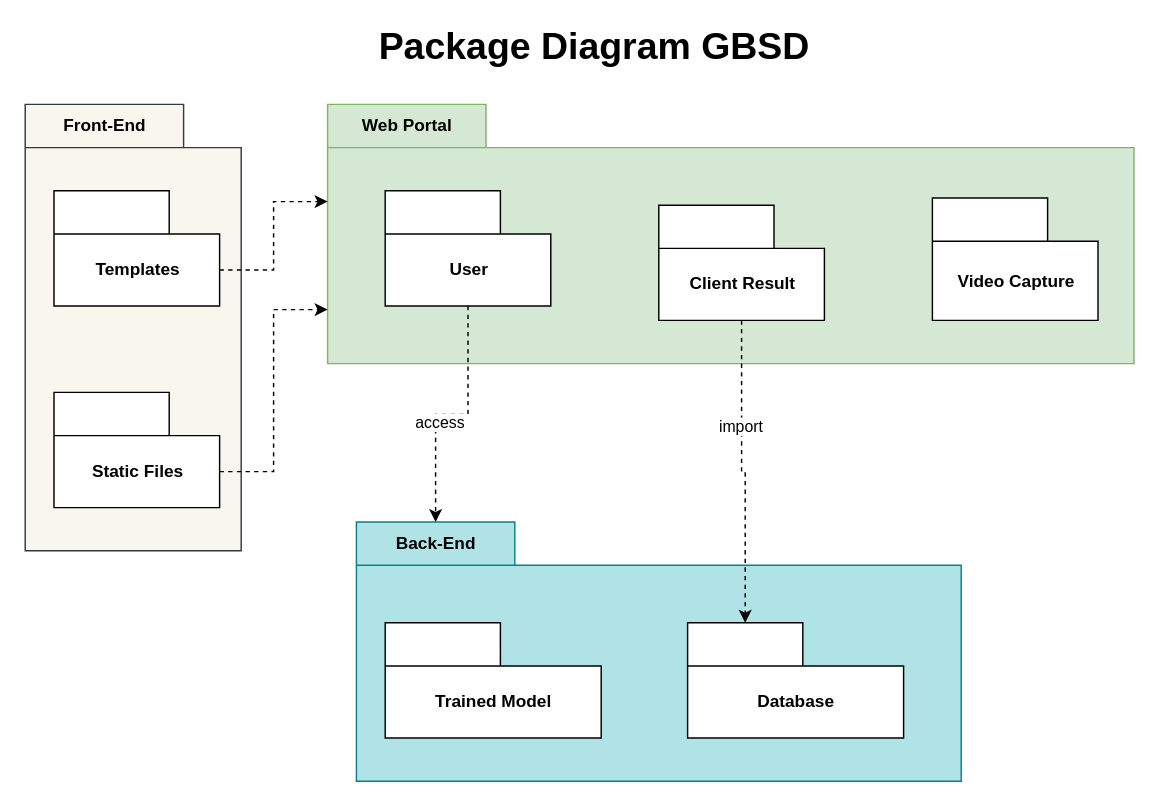
mabdulrafea101/sohaib_fyp_docs keeps this draw.io diagram as package_web_GBSD.drawio. Above is the earlier version. Source tidied: cells renumbered, new cells numbered last; positions are measured from the earlier drawing's top-left corner, leaving out a move shared by most shapes. Both pictures are drawn from the tidied source at 144%, with x=0, y=0 at pixel (24, 32).
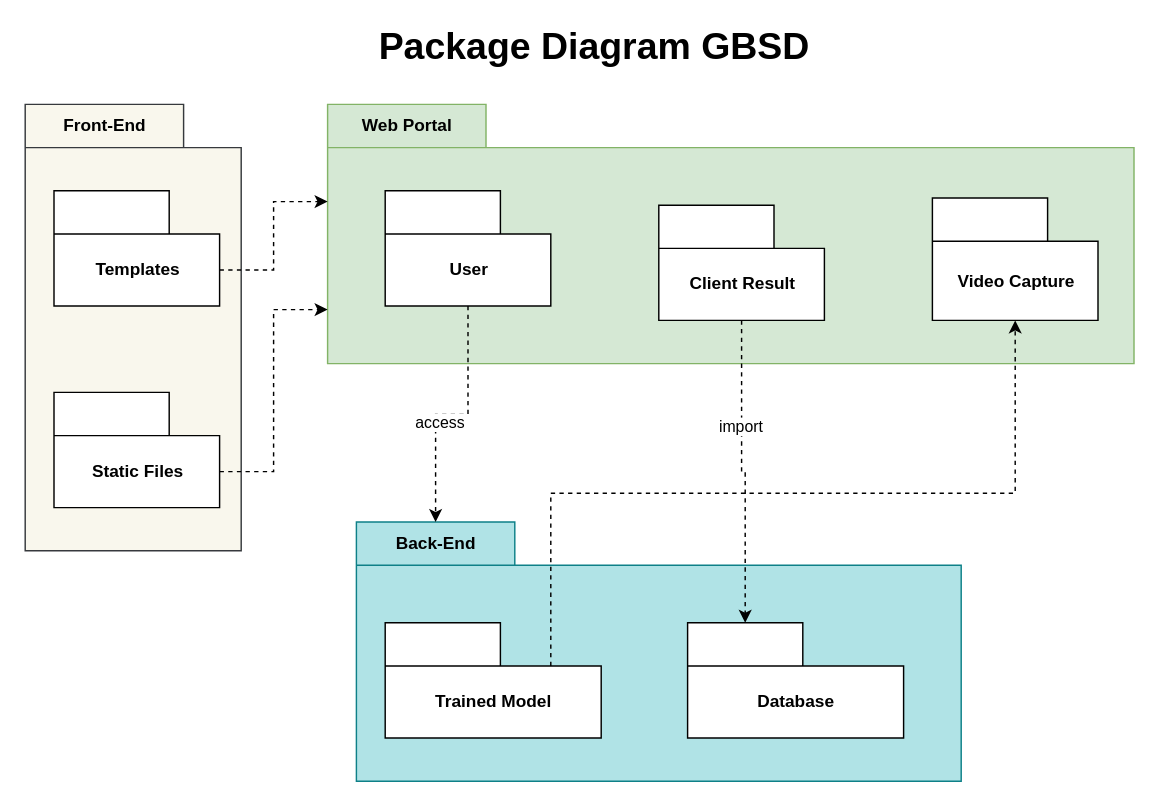
The same diagram, later.

The edit, as a diff of the source:
```diff
@@
 <mxGraphModel>
   <root>
     <mxCell id="0" />
     <mxCell id="1" parent="0" />
     <mxCell id="2" value="Front-End" style="shape=folder;fontStyle=1;tabWidth=110;tabHeight=30;tabPosition=left;html=1;boundedLbl=1;labelInHeader=1;fillColor=#f9f7ed;strokeColor=#36393d;" parent="1" vertex="1">
       <mxGeometry y="50" width="150" height="310" as="geometry" />
     </mxCell>
     <mxCell id="3" value="Web Portal" style="shape=folder;fontStyle=1;tabWidth=110;tabHeight=30;tabPosition=left;html=1;boundedLbl=1;labelInHeader=1;fillColor=#d5e8d4;strokeColor=#82b366;" parent="1" vertex="1">
       <mxGeometry x="210" y="50" width="560" height="180" as="geometry" />
     </mxCell>
     <mxCell id="4" value="User" style="shape=folder;fontStyle=1;tabWidth=80;tabHeight=30;tabPosition=left;html=1;boundedLbl=1;" parent="3" vertex="1">
       <mxGeometry x="40" y="60" width="115" height="80" as="geometry" />
     </mxCell>
     <mxCell id="5" value="Video Capture" style="shape=folder;fontStyle=1;tabWidth=80;tabHeight=30;tabPosition=left;html=1;boundedLbl=1;" parent="3" vertex="1">
       <mxGeometry x="420" y="65" width="115" height="85" as="geometry" />
     </mxCell>
     <mxCell id="6" value="Client Result" style="shape=folder;fontStyle=1;tabWidth=80;tabHeight=30;tabPosition=left;html=1;boundedLbl=1;" parent="3" vertex="1">
       <mxGeometry x="230" y="70" width="115" height="80" as="geometry" />
     </mxCell>
     <mxCell id="7" value="Back-End" style="shape=folder;fontStyle=1;tabWidth=110;tabHeight=30;tabPosition=left;html=1;boundedLbl=1;labelInHeader=1;fillColor=#b0e3e6;strokeColor=#0e8088;" parent="1" vertex="1">
       <mxGeometry x="230" y="340" width="420" height="180" as="geometry" />
     </mxCell>
     <mxCell id="8" value="Trained Model" style="shape=folder;fontStyle=1;tabWidth=80;tabHeight=30;tabPosition=left;html=1;boundedLbl=1;" parent="7" vertex="1">
       <mxGeometry x="20" y="70" width="150" height="80" as="geometry" />
     </mxCell>
     <mxCell id="9" value="Database" style="shape=folder;fontStyle=1;tabWidth=80;tabHeight=30;tabPosition=left;html=1;boundedLbl=1;" parent="7" vertex="1">
       <mxGeometry x="230" y="70" width="150" height="80" as="geometry" />
     </mxCell>
     <mxCell id="10" style="edgeStyle=orthogonalEdgeStyle;rounded=0;jettySize=auto;html=1;exitX=0;exitY=0;exitDx=115;exitDy=55;exitPerimeter=0;entryX=0;entryY=0;entryDx=0;entryDy=67.5;entryPerimeter=0;dashed=1;" parent="1" edge="1" source="11" target="3">
       <mxGeometry relative="1" as="geometry" />
     </mxCell>
     <mxCell id="11" value="Templates" style="shape=folder;fontStyle=1;tabWidth=80;tabHeight=30;tabPosition=left;html=1;boundedLbl=1;" parent="1" vertex="1">
       <mxGeometry x="20" y="110" width="115" height="80" as="geometry" />
     </mxCell>
     <mxCell id="12" style="edgeStyle=orthogonalEdgeStyle;rounded=0;jettySize=auto;html=1;exitX=0;exitY=0;exitDx=115;exitDy=55;exitPerimeter=0;entryX=0;entryY=0;entryDx=0;entryDy=142.5;entryPerimeter=0;dashed=1;" parent="1" edge="1" source="13" target="3">
       <mxGeometry relative="1" as="geometry" />
     </mxCell>
     <mxCell id="13" value="Static Files" style="shape=folder;fontStyle=1;tabWidth=80;tabHeight=30;tabPosition=left;html=1;boundedLbl=1;" parent="1" vertex="1">
       <mxGeometry x="20" y="250" width="115" height="80" as="geometry" />
     </mxCell>
     <mxCell id="14" style="edgeStyle=orthogonalEdgeStyle;rounded=0;jettySize=auto;html=1;exitX=0.5;exitY=1;exitDx=0;exitDy=0;exitPerimeter=0;entryX=0;entryY=0;entryDx=55;entryDy=0;entryPerimeter=0;dashed=1;" parent="1" edge="1" source="4" target="7">
       <mxGeometry relative="1" as="geometry" />
     </mxCell>
     <mxCell id="15" value="access" style="edgeLabel;html=1;align=center;verticalAlign=middle;" parent="14" vertex="1">
       <mxGeometry x="0.19" y="2" relative="1" as="geometry" />
     </mxCell>
     <mxCell id="16" style="edgeStyle=orthogonalEdgeStyle;rounded=0;jettySize=auto;html=1;exitX=0.5;exitY=1;exitDx=0;exitDy=0;exitPerimeter=0;entryX=0;entryY=0;entryDx=40;entryDy=0;entryPerimeter=0;dashed=1;" parent="1" edge="1" source="6" target="9">
       <mxGeometry relative="1" as="geometry" />
     </mxCell>
     <mxCell id="17" value="import" style="edgeLabel;html=1;align=center;verticalAlign=middle;" parent="16" vertex="1">
       <mxGeometry x="-0.31" y="-1" relative="1" as="geometry" />
     </mxCell>
     <mxCell id="18" value="&lt;font style=&quot;font-size: 26px&quot; color=&quot;#000000&quot;&gt;&lt;b&gt;Package Diagram GBSD&lt;/b&gt;&lt;/font&gt;" style="text;html=1;align=center;verticalAlign=middle;strokeColor=none;" parent="1" vertex="1">
       <mxGeometry x="240" width="310" height="20" as="geometry" />
     </mxCell>
+    <mxCell id="19" style="edgeStyle=elbowEdgeStyle;rounded=0;jettySize=auto;html=1;exitX=0;exitY=0;exitDx=115;exitDy=30;exitPerimeter=0;entryX=0.5;entryY=1;entryDx=0;entryDy=0;entryPerimeter=0;dashed=1;elbow=vertical;" parent="1" edge="1" source="8" target="5">
+      <mxGeometry relative="1" as="geometry" />
+    </mxCell>
   </root>
 </mxGraphModel>
```
